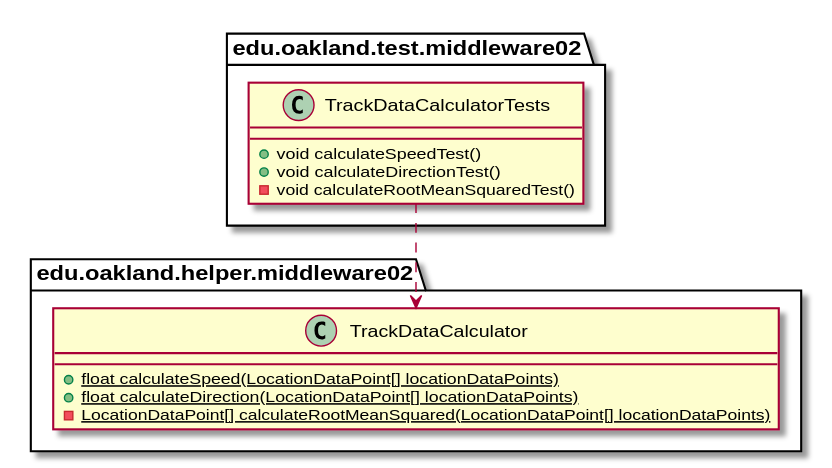
Earlier version of the PlantUML export docs/uml-class-diagrams/middleware02/test/TrackDataCalculatorTests/TrackDataCalculatorTests_Closure.svg (andrewdimmer/csi-3370-software-project).
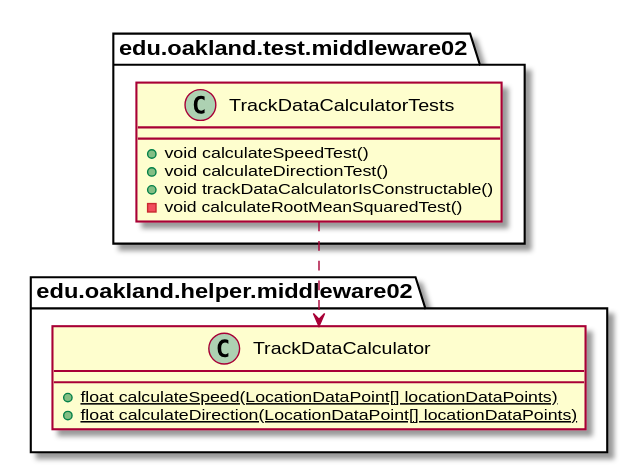
Later version of the same file.

Change to the diagram source:
```diff
@@ -5,6 +5,7 @@
     class TrackDataCalculatorTests {
       + void calculateSpeedTest()
       + void calculateDirectionTest()
+      + void trackDataCalculatorIsConstructable()
       - void calculateRootMeanSquaredTest()
     }
 }
@@ -16,7 +17,6 @@
     class TrackDataCalculator {
         {static} + float calculateSpeed(LocationDataPoint[] locationDataPoints)
         {static} + float calculateDirection(LocationDataPoint[] locationDataPoints)
-        {static} - LocationDataPoint[] calculateRootMeanSquared(LocationDataPoint[] locationDataPoints)
     }
 }
 
```
